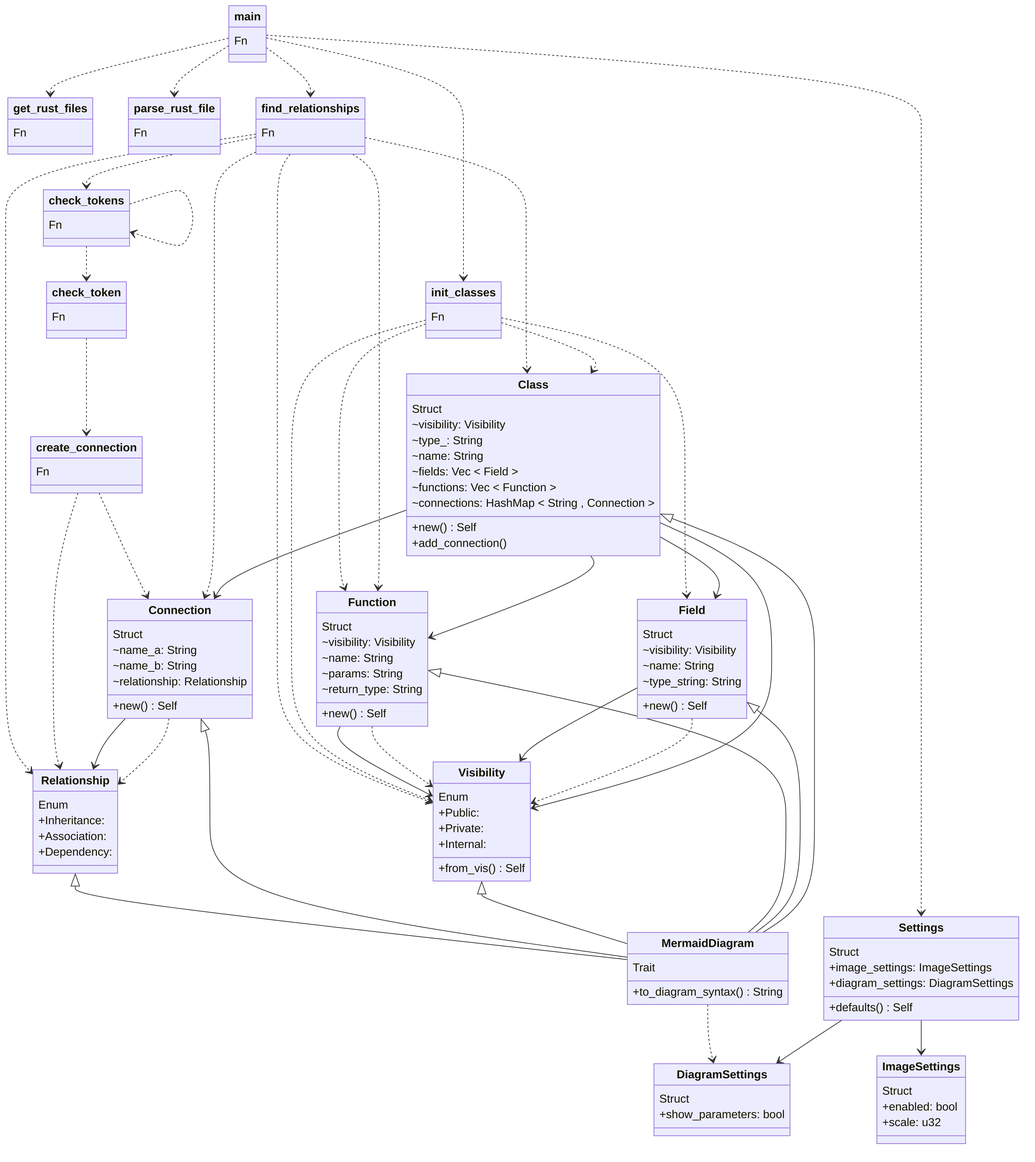
Before: diagram.png, a diagram exported from Mermaid (gusjengis/mermaid-class-diagrams). Its source is kept beside it as diagram.mmd. The source it was exported from:
```mermaid
classDiagram

class init_classes {
Fn
}

main ..> init_classes

class get_rust_files {
Fn
}

main ..> get_rust_files

class parse_rust_file {
Fn
}

main ..> parse_rust_file

class MermaidDiagram {
Trait
+to_diagram_syntax() String
}

Class <|-- MermaidDiagram
Field <|-- MermaidDiagram
Function <|-- MermaidDiagram
Visibility <|-- MermaidDiagram
Connection <|-- MermaidDiagram
Relationship <|-- MermaidDiagram

class find_relationships {
Fn
}

main ..> find_relationships

class check_tokens {
Fn
}

check_tokens ..> check_tokens
find_relationships ..> check_tokens

class check_token {
Fn
}

check_tokens ..> check_token

class create_connection {
Fn
}

check_token ..> create_connection

class Class {
Struct
~visibility: Visibility
~type_: String
~name: String
~fields: Vec < Field >
~functions: Vec < Function >
~connections: HashMap < String , Connection >
+new() Self
+add_connection()
}

Class --> Field
init_classes ..> Class
find_relationships ..> Class
Class --> Function
Class --> Visibility
Class --> Connection

class Field {
Struct
~visibility: Visibility
~name: String
~type_string: String
+new() Self
}

init_classes ..> Field
Field ..> Visibility
Field --> Visibility

class Function {
Struct
~visibility: Visibility
~name: String
~params: String
~return_type: String
+new() Self
}

find_relationships ..> Function
Function ..> Visibility
Function --> Visibility
init_classes ..> Function

class Connection {
Struct
~name_a: String
~name_b: String
~relationship: Relationship
+new() Self
}

Connection ..> Relationship
Connection --> Relationship
find_relationships ..> Connection
create_connection ..> Connection

class Relationship {
Enum
+Inheritance:
+Association:
+Dependency:
}

create_connection ..> Relationship
find_relationships ..> Relationship

class Visibility {
Enum
+Public:
+Private:
+Internal:
+from_vis() Self
}

init_classes ..> Visibility
find_relationships ..> Visibility

class Settings {
Struct
+image_settings: ImageSettings
+diagram_settings: DiagramSettings
+defaults() Self
}

Settings --> DiagramSettings
Settings --> ImageSettings
main ..> Settings

class ImageSettings {
Struct
+enabled: bool
+scale: u32
}


class DiagramSettings {
Struct
+show_parameters: bool
}

MermaidDiagram ..> DiagramSettings

class main {
Fn
}
```
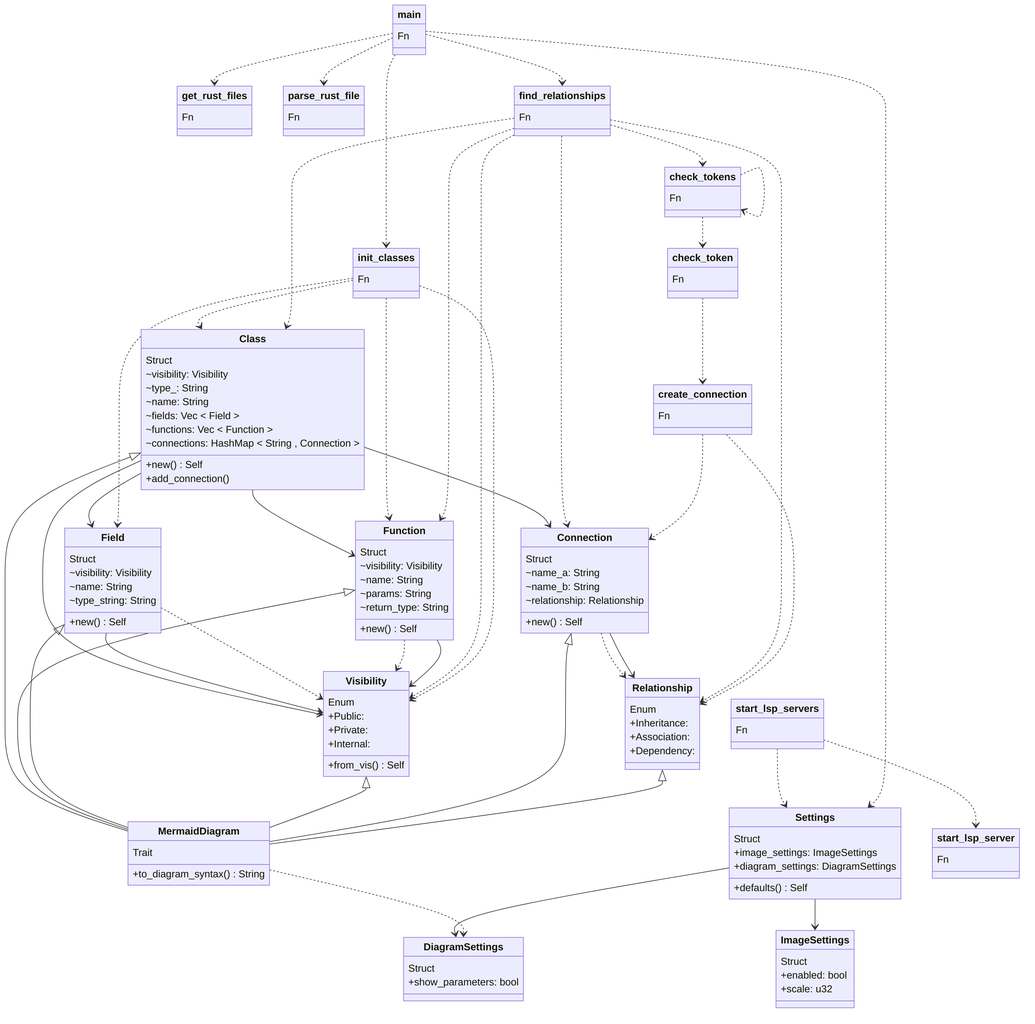
Later version of the same file.

Change to the diagram source:
```diff
@@ -24,8 +24,8 @@
 }
 
 Class <|-- MermaidDiagram
+Function <|-- MermaidDiagram
 Field <|-- MermaidDiagram
-Function <|-- MermaidDiagram
 Visibility <|-- MermaidDiagram
 Connection <|-- MermaidDiagram
 Relationship <|-- MermaidDiagram
@@ -67,12 +67,12 @@
 +add_connection()
 }
 
+Class --> Connection
+Class --> Visibility
 Class --> Field
 init_classes ..> Class
 find_relationships ..> Class
 Class --> Function
-Class --> Visibility
-Class --> Connection
 
 class Field {
 Struct
@@ -83,8 +83,8 @@
 }
 
 init_classes ..> Field
+Field --> Visibility
 Field ..> Visibility
-Field --> Visibility
 
 class Function {
 Struct
@@ -95,10 +95,10 @@
 +new() Self
 }
 
+init_classes ..> Function
 find_relationships ..> Function
 Function ..> Visibility
 Function --> Visibility
-init_classes ..> Function
 
 class Connection {
 Struct
@@ -109,9 +109,9 @@
 }
 
 Connection ..> Relationship
-Connection --> Relationship
 find_relationships ..> Connection
 create_connection ..> Connection
+Connection --> Relationship
 
 class Relationship {
 Enum
@@ -120,8 +120,8 @@
 +Dependency:
 }
 
+find_relationships ..> Relationship
 create_connection ..> Relationship
-find_relationships ..> Relationship
 
 class Visibility {
 Enum
@@ -131,8 +131,8 @@
 +from_vis() Self
 }
 
+find_relationships ..> Visibility
 init_classes ..> Visibility
-find_relationships ..> Visibility
 
 class Settings {
 Struct
@@ -141,8 +141,9 @@
 +defaults() Self
 }
 
+Settings --> ImageSettings
 Settings --> DiagramSettings
-Settings --> ImageSettings
+start_lsp_servers ..> Settings
 main ..> Settings
 
 class ImageSettings {
@@ -162,3 +163,15 @@
 class main {
 Fn
 }
+
+
+class start_lsp_servers {
+Fn
+}
+
+
+class start_lsp_server {
+Fn
+}
+
+start_lsp_servers ..> start_lsp_server
```
